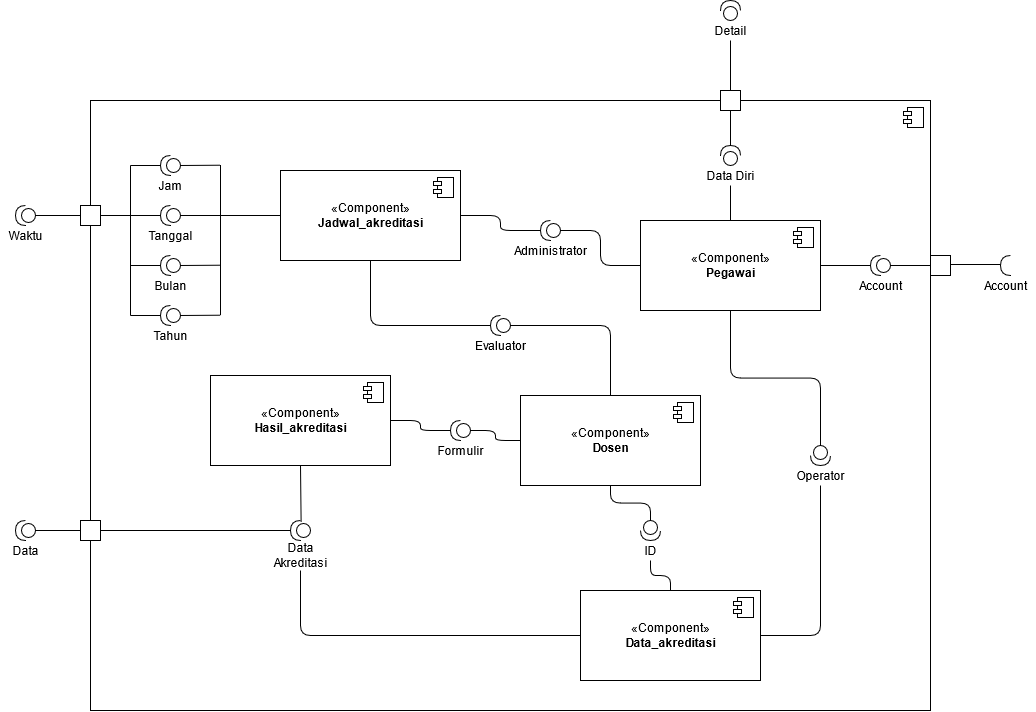
Earlier version of the draw.io export File/RPL-Kelompok 6-Component Diagram.png (dfitriana/RPL-group6). Source tidied: cells renumbered, new cells last; positions are measured from the earlier drawing's top-left corner, leaving out a move shared by most shapes. Its diagram source:
```xml
<mxGraphModel>
  <root>
    <mxCell id="0" />
    <mxCell id="1" parent="0" />
    <mxCell id="2" style="shape=providedRequiredInterface;html=1;verticalLabelPosition=bottom;rotation=180;" parent="1" vertex="1">
      <mxGeometry x="15" y="205" width="20" height="20" as="geometry" />
    </mxCell>
    <mxCell id="3" value="Waktu" style="text;html=1;align=center;verticalAlign=middle;" parent="1" vertex="1">
      <mxGeometry y="225" width="50" height="20" as="geometry" />
    </mxCell>
    <mxCell id="4" style="shape=requiredInterface;html=1;verticalLabelPosition=bottom;rotation=180;" parent="1" vertex="1">
      <mxGeometry x="1000" y="255" width="10" height="20" as="geometry" />
    </mxCell>
    <mxCell id="5" value="Account" style="text;html=1;align=center;verticalAlign=middle;" parent="1" vertex="1">
      <mxGeometry x="975" y="275" width="60" height="20" as="geometry" />
    </mxCell>
    <mxCell id="6" value="&lt;br&gt;" style="html=1;" parent="1" vertex="1">
      <mxGeometry x="90" y="100" width="840" height="610" as="geometry" />
    </mxCell>
    <mxCell id="7" style="shape=module;jettyWidth=8;jettyHeight=4;" parent="6" vertex="1">
      <mxGeometry x="1" width="20" height="20" relative="1" as="geometry">
        <mxPoint x="-27" y="7" as="offset" />
      </mxGeometry>
    </mxCell>
    <mxCell id="8" value="«Component»&lt;br&gt;&lt;b&gt;Dosen&lt;/b&gt;" style="html=1;" parent="1" vertex="1">
      <mxGeometry x="520" y="395" width="180" height="90" as="geometry" />
    </mxCell>
    <mxCell id="9" style="shape=module;jettyWidth=8;jettyHeight=4;" parent="8" vertex="1">
      <mxGeometry x="1" width="20" height="20" relative="1" as="geometry">
        <mxPoint x="-27" y="7" as="offset" />
      </mxGeometry>
    </mxCell>
    <mxCell id="10" value="«Component»&lt;br&gt;&lt;b&gt;Pegawai&lt;/b&gt;" style="html=1;" parent="1" vertex="1">
      <mxGeometry x="640" y="220" width="180" height="90" as="geometry" />
    </mxCell>
    <mxCell id="11" style="shape=module;jettyWidth=8;jettyHeight=4;" parent="10" vertex="1">
      <mxGeometry x="1" width="20" height="20" relative="1" as="geometry">
        <mxPoint x="-27" y="7" as="offset" />
      </mxGeometry>
    </mxCell>
    <mxCell id="12" value="«Component»&lt;br&gt;&lt;b&gt;Hasil_akreditasi&lt;/b&gt;" style="html=1;" parent="1" vertex="1">
      <mxGeometry x="210" y="375" width="180" height="90" as="geometry" />
    </mxCell>
    <mxCell id="13" style="shape=module;jettyWidth=8;jettyHeight=4;" parent="12" vertex="1">
      <mxGeometry x="1" width="20" height="20" relative="1" as="geometry">
        <mxPoint x="-27" y="7" as="offset" />
      </mxGeometry>
    </mxCell>
    <mxCell id="14" value="«Component»&lt;br&gt;&lt;b&gt;Jadwal_akreditasi&lt;br&gt;&lt;/b&gt;" style="html=1;" parent="1" vertex="1">
      <mxGeometry x="280" y="170" width="180" height="90" as="geometry" />
    </mxCell>
    <mxCell id="15" style="shape=module;jettyWidth=8;jettyHeight=4;" parent="14" vertex="1">
      <mxGeometry x="1" width="20" height="20" relative="1" as="geometry">
        <mxPoint x="-27" y="7" as="offset" />
      </mxGeometry>
    </mxCell>
    <mxCell id="16" style="shape=providedRequiredInterface;html=1;verticalLabelPosition=bottom;rotation=180;" parent="1" vertex="1">
      <mxGeometry x="160" y="205" width="20" height="20" as="geometry" />
    </mxCell>
    <mxCell id="17" value="Tanggal" style="text;html=1;align=center;verticalAlign=middle;" parent="1" vertex="1">
      <mxGeometry x="140" y="225" width="60" height="20" as="geometry" />
    </mxCell>
    <mxCell id="18" style="shape=providedRequiredInterface;html=1;verticalLabelPosition=bottom;rotation=180;" parent="1" vertex="1">
      <mxGeometry x="160" y="255" width="20" height="20" as="geometry" />
    </mxCell>
    <mxCell id="19" value="Bulan" style="text;html=1;align=center;verticalAlign=middle;" parent="1" vertex="1">
      <mxGeometry x="145" y="275" width="50" height="20" as="geometry" />
    </mxCell>
    <mxCell id="20" style="shape=providedRequiredInterface;html=1;verticalLabelPosition=bottom;rotation=180;" parent="1" vertex="1">
      <mxGeometry x="160" y="305" width="20" height="20" as="geometry" />
    </mxCell>
    <mxCell id="21" value="Tahun" style="text;html=1;align=center;verticalAlign=middle;" parent="1" vertex="1">
      <mxGeometry x="145" y="325" width="50" height="20" as="geometry" />
    </mxCell>
    <mxCell id="22" style="shape=providedRequiredInterface;html=1;verticalLabelPosition=bottom;rotation=180;" parent="1" vertex="1">
      <mxGeometry x="160" y="155" width="20" height="20" as="geometry" />
    </mxCell>
    <mxCell id="23" value="Jam" style="text;html=1;align=center;verticalAlign=middle;" parent="1" vertex="1">
      <mxGeometry x="150" y="175" width="40" height="20" as="geometry" />
    </mxCell>
    <mxCell id="24" style="rounded=0;whiteSpace=wrap;html=1;" parent="1" vertex="1">
      <mxGeometry x="80" y="205" width="20" height="20" as="geometry" />
    </mxCell>
    <mxCell id="25" style="rounded=0;whiteSpace=wrap;html=1;" parent="1" vertex="1">
      <mxGeometry x="930" y="255" width="20" height="20" as="geometry" />
    </mxCell>
    <mxCell id="26" style="endArrow=none;html=1;exitX=0;exitY=0.5;exitDx=0;exitDy=0;exitPerimeter=0;entryX=0;entryY=0.5;entryDx=0;entryDy=0;" parent="1" edge="1" source="2" target="24">
      <mxGeometry relative="1" as="geometry" />
    </mxCell>
    <mxCell id="27" style="endArrow=none;html=1;exitX=1;exitY=0.5;exitDx=0;exitDy=0;entryX=1;entryY=0.5;entryDx=0;entryDy=0;entryPerimeter=0;" parent="1" edge="1" source="24" target="16">
      <mxGeometry relative="1" as="geometry" />
    </mxCell>
    <mxCell id="28" style="endArrow=none;html=1;" parent="1" edge="1">
      <mxGeometry relative="1" as="geometry">
        <mxPoint x="130" y="315" as="sourcePoint" />
        <mxPoint x="130" y="165" as="targetPoint" />
      </mxGeometry>
    </mxCell>
    <mxCell id="29" style="endArrow=none;html=1;entryX=1;entryY=0.5;entryDx=0;entryDy=0;entryPerimeter=0;" parent="1" edge="1" target="22">
      <mxGeometry relative="1" as="geometry">
        <mxPoint x="130" y="165" as="sourcePoint" />
      </mxGeometry>
    </mxCell>
    <mxCell id="30" style="endArrow=none;html=1;entryX=1;entryY=0.5;entryDx=0;entryDy=0;entryPerimeter=0;" parent="1" edge="1" target="18">
      <mxGeometry relative="1" as="geometry">
        <mxPoint x="130" y="265" as="sourcePoint" />
      </mxGeometry>
    </mxCell>
    <mxCell id="31" style="endArrow=none;html=1;entryX=1;entryY=0.5;entryDx=0;entryDy=0;entryPerimeter=0;" parent="1" edge="1" target="20">
      <mxGeometry relative="1" as="geometry">
        <mxPoint x="130" y="315" as="sourcePoint" />
      </mxGeometry>
    </mxCell>
    <mxCell id="32" style="endArrow=none;html=1;exitX=0;exitY=0.5;exitDx=0;exitDy=0;exitPerimeter=0;entryX=0;entryY=0.5;entryDx=0;entryDy=0;" parent="1" edge="1" source="16" target="14">
      <mxGeometry relative="1" as="geometry" />
    </mxCell>
    <mxCell id="33" style="endArrow=none;html=1;" parent="1" edge="1">
      <mxGeometry relative="1" as="geometry">
        <mxPoint x="220" y="314.5" as="sourcePoint" />
        <mxPoint x="220" y="164.5" as="targetPoint" />
      </mxGeometry>
    </mxCell>
    <mxCell id="34" style="endArrow=none;html=1;entryX=1;entryY=0.5;entryDx=0;entryDy=0;entryPerimeter=0;" parent="1" edge="1">
      <mxGeometry relative="1" as="geometry">
        <mxPoint x="180" y="165" as="sourcePoint" />
        <mxPoint x="220" y="164.7" as="targetPoint" />
      </mxGeometry>
    </mxCell>
    <mxCell id="35" style="endArrow=none;html=1;entryX=1;entryY=0.5;entryDx=0;entryDy=0;entryPerimeter=0;exitX=0;exitY=0.5;exitDx=0;exitDy=0;exitPerimeter=0;" parent="1" edge="1" source="18">
      <mxGeometry relative="1" as="geometry">
        <mxPoint x="220" y="264.7" as="targetPoint" />
      </mxGeometry>
    </mxCell>
    <mxCell id="36" style="endArrow=none;html=1;entryX=1;entryY=0.5;entryDx=0;entryDy=0;entryPerimeter=0;exitX=0;exitY=0.5;exitDx=0;exitDy=0;exitPerimeter=0;" parent="1" edge="1" source="20">
      <mxGeometry relative="1" as="geometry">
        <mxPoint x="220" y="314.7" as="targetPoint" />
      </mxGeometry>
    </mxCell>
    <mxCell id="37" style="shape=providedRequiredInterface;html=1;verticalLabelPosition=bottom;rotation=180;" parent="1" vertex="1">
      <mxGeometry x="15" y="520" width="20" height="20" as="geometry" />
    </mxCell>
    <mxCell id="38" value="Data" style="text;html=1;align=center;verticalAlign=middle;" parent="1" vertex="1">
      <mxGeometry x="5" y="540" width="40" height="20" as="geometry" />
    </mxCell>
    <mxCell id="39" style="rounded=0;whiteSpace=wrap;html=1;" parent="1" vertex="1">
      <mxGeometry x="80" y="520" width="20" height="20" as="geometry" />
    </mxCell>
    <mxCell id="40" style="endArrow=none;html=1;exitX=0;exitY=0.5;exitDx=0;exitDy=0;exitPerimeter=0;entryX=0;entryY=0.5;entryDx=0;entryDy=0;" parent="1" edge="1" source="37" target="39">
      <mxGeometry relative="1" as="geometry" />
    </mxCell>
    <mxCell id="41" style="endArrow=none;html=1;entryX=1;entryY=0.55;entryDx=0;entryDy=0;entryPerimeter=0;" parent="1" edge="1" target="4">
      <mxGeometry relative="1" as="geometry">
        <mxPoint x="950" y="264" as="sourcePoint" />
      </mxGeometry>
    </mxCell>
    <mxCell id="42" style="shape=providedRequiredInterface;html=1;verticalLabelPosition=bottom;rotation=180;" parent="1" vertex="1">
      <mxGeometry x="290" y="520" width="20" height="20" as="geometry" />
    </mxCell>
    <mxCell id="43" style="endArrow=none;html=1;entryX=0;entryY=0.5;entryDx=0;entryDy=0;edgeStyle=orthogonalEdgeStyle;" parent="1" edge="1" source="45" target="59">
      <mxGeometry relative="1" as="geometry">
        <Array as="points">
          <mxPoint x="300" y="635" />
        </Array>
      </mxGeometry>
    </mxCell>
    <mxCell id="44" style="endArrow=none;html=1;exitX=1;exitY=0.5;exitDx=0;exitDy=0;entryX=1;entryY=0.5;entryDx=0;entryDy=0;entryPerimeter=0;" parent="1" edge="1" source="39" target="42">
      <mxGeometry relative="1" as="geometry" />
    </mxCell>
    <mxCell id="45" value="&lt;div&gt;Data &lt;br&gt;&lt;/div&gt;&lt;div&gt;Akreditasi&lt;br&gt;&lt;/div&gt;" style="text;html=1;align=center;verticalAlign=middle;points=[];" parent="1" vertex="1">
      <mxGeometry x="265" y="540" width="70" height="30" as="geometry" />
    </mxCell>
    <mxCell id="46" style="endArrow=none;html=1;entryX=0.469;entryY=0.911;entryDx=0;entryDy=0;entryPerimeter=0;exitX=0.5;exitY=1;exitDx=0;exitDy=0;" parent="1" edge="1" source="12" target="42">
      <mxGeometry relative="1" as="geometry" />
    </mxCell>
    <mxCell id="47" style="shape=providedRequiredInterface;html=1;verticalLabelPosition=bottom;rotation=180;" parent="1" vertex="1">
      <mxGeometry x="490" y="315" width="20" height="20" as="geometry" />
    </mxCell>
    <mxCell id="48" style="shape=providedRequiredInterface;html=1;verticalLabelPosition=bottom;rotation=180;" parent="1" vertex="1">
      <mxGeometry x="870" y="255" width="20" height="20" as="geometry" />
    </mxCell>
    <mxCell id="49" value="Account" style="text;html=1;align=center;verticalAlign=middle;" parent="1" vertex="1">
      <mxGeometry x="850" y="275" width="60" height="20" as="geometry" />
    </mxCell>
    <mxCell id="50" style="endArrow=none;html=1;exitX=0;exitY=0.5;exitDx=0;exitDy=0;exitPerimeter=0;entryX=0;entryY=0.5;entryDx=0;entryDy=0;" parent="1" edge="1" source="48" target="25">
      <mxGeometry relative="1" as="geometry" />
    </mxCell>
    <mxCell id="51" style="endArrow=none;html=1;exitX=1;exitY=0.5;exitDx=0;exitDy=0;entryX=1;entryY=0.5;entryDx=0;entryDy=0;entryPerimeter=0;" parent="1" edge="1" source="10" target="48">
      <mxGeometry relative="1" as="geometry" />
    </mxCell>
    <mxCell id="52" style="shape=providedRequiredInterface;html=1;verticalLabelPosition=bottom;rotation=180;" parent="1" vertex="1">
      <mxGeometry x="540" y="220" width="20" height="20" as="geometry" />
    </mxCell>
    <mxCell id="53" value="Administrator" style="text;html=1;align=center;verticalAlign=middle;" parent="1" vertex="1">
      <mxGeometry x="510" y="240" width="80" height="20" as="geometry" />
    </mxCell>
    <mxCell id="54" style="endArrow=none;html=1;exitX=0;exitY=0.5;exitDx=0;exitDy=0;entryX=0;entryY=0.5;entryDx=0;entryDy=0;entryPerimeter=0;edgeStyle=orthogonalEdgeStyle;" parent="1" edge="1" source="10" target="52">
      <mxGeometry relative="1" as="geometry" />
    </mxCell>
    <mxCell id="55" style="endArrow=none;html=1;exitX=1;exitY=0.5;exitDx=0;exitDy=0;entryX=1;entryY=0.5;entryDx=0;entryDy=0;entryPerimeter=0;edgeStyle=orthogonalEdgeStyle;" parent="1" edge="1" source="14" target="52">
      <mxGeometry relative="1" as="geometry" />
    </mxCell>
    <mxCell id="56" style="endArrow=none;html=1;exitX=0.5;exitY=1;exitDx=0;exitDy=0;entryX=1;entryY=0.5;entryDx=0;entryDy=0;entryPerimeter=0;edgeStyle=orthogonalEdgeStyle;" parent="1" edge="1" source="14" target="47">
      <mxGeometry relative="1" as="geometry" />
    </mxCell>
    <mxCell id="57" style="endArrow=none;html=1;exitX=0;exitY=0.5;exitDx=0;exitDy=0;entryX=0.5;entryY=0;entryDx=0;entryDy=0;edgeStyle=orthogonalEdgeStyle;exitPerimeter=0;" parent="1" edge="1" source="47" target="8">
      <mxGeometry relative="1" as="geometry" />
    </mxCell>
    <mxCell id="58" value="Evaluator" style="text;html=1;align=center;verticalAlign=middle;" parent="1" vertex="1">
      <mxGeometry x="470" y="335" width="60" height="20" as="geometry" />
    </mxCell>
    <mxCell id="59" value="«Component»&lt;br&gt;&lt;b&gt;Data_akreditasi&lt;/b&gt;" style="html=1;" parent="1" vertex="1">
      <mxGeometry x="580" y="590" width="180" height="90" as="geometry" />
    </mxCell>
    <mxCell id="60" style="shape=module;jettyWidth=8;jettyHeight=4;" parent="59" vertex="1">
      <mxGeometry x="1" width="20" height="20" relative="1" as="geometry">
        <mxPoint x="-27" y="7" as="offset" />
      </mxGeometry>
    </mxCell>
    <mxCell id="61" style="shape=providedRequiredInterface;html=1;verticalLabelPosition=bottom;rotation=90;" parent="1" vertex="1">
      <mxGeometry x="810" y="445" width="20" height="20" as="geometry" />
    </mxCell>
    <mxCell id="62" value="Operator" style="text;html=1;align=center;verticalAlign=middle;points=[];" parent="1" vertex="1">
      <mxGeometry x="790" y="465" width="60" height="20" as="geometry" />
    </mxCell>
    <mxCell id="63" style="endArrow=none;html=1;entryX=1;entryY=0.5;entryDx=0;entryDy=0;edgeStyle=orthogonalEdgeStyle;" parent="1" edge="1" source="62" target="59">
      <mxGeometry relative="1" as="geometry">
        <Array as="points">
          <mxPoint x="820" y="635" />
        </Array>
      </mxGeometry>
    </mxCell>
    <mxCell id="64" style="shape=providedRequiredInterface;html=1;verticalLabelPosition=bottom;rotation=180;" parent="1" vertex="1">
      <mxGeometry x="450" y="420" width="20" height="20" as="geometry" />
    </mxCell>
    <mxCell id="65" value="Formulir" style="text;html=1;align=center;verticalAlign=middle;" parent="1" vertex="1">
      <mxGeometry x="430" y="440" width="60" height="20" as="geometry" />
    </mxCell>
    <mxCell id="66" style="endArrow=none;html=1;exitX=0;exitY=0.5;exitDx=0;exitDy=0;exitPerimeter=0;entryX=0;entryY=0.5;entryDx=0;entryDy=0;edgeStyle=orthogonalEdgeStyle;" parent="1" edge="1" source="64" target="8">
      <mxGeometry relative="1" as="geometry" />
    </mxCell>
    <mxCell id="67" style="endArrow=none;html=1;exitX=1;exitY=0.5;exitDx=0;exitDy=0;entryX=1;entryY=0.5;entryDx=0;entryDy=0;entryPerimeter=0;edgeStyle=orthogonalEdgeStyle;" parent="1" edge="1" source="12" target="64">
      <mxGeometry relative="1" as="geometry" />
    </mxCell>
    <mxCell id="68" style="shape=providedRequiredInterface;html=1;verticalLabelPosition=bottom;rotation=270;" parent="1" vertex="1">
      <mxGeometry x="720" width="20" height="20" as="geometry" />
    </mxCell>
    <mxCell id="69" value="Detail" style="text;html=1;align=center;verticalAlign=middle;points=[];" parent="1" vertex="1">
      <mxGeometry x="705" y="20" width="50" height="20" as="geometry" />
    </mxCell>
    <mxCell id="70" style="rounded=0;whiteSpace=wrap;html=1;" parent="1" vertex="1">
      <mxGeometry x="720" y="90" width="20" height="20" as="geometry" />
    </mxCell>
    <mxCell id="71" style="endArrow=none;html=1;entryX=0.5;entryY=0;entryDx=0;entryDy=0;" parent="1" edge="1" source="69" target="70">
      <mxGeometry relative="1" as="geometry" />
    </mxCell>
    <mxCell id="72" style="shape=providedRequiredInterface;html=1;verticalLabelPosition=bottom;rotation=270;" parent="1" vertex="1">
      <mxGeometry x="720" y="145" width="20" height="20" as="geometry" />
    </mxCell>
    <mxCell id="73" value="Data Diri" style="text;html=1;align=center;verticalAlign=middle;points=[];" parent="1" vertex="1">
      <mxGeometry x="700" y="165" width="60" height="20" as="geometry" />
    </mxCell>
    <mxCell id="74" style="endArrow=none;html=1;exitX=0.5;exitY=0;exitDx=0;exitDy=0;" parent="1" edge="1" source="10" target="73">
      <mxGeometry relative="1" as="geometry" />
    </mxCell>
    <mxCell id="75" style="endArrow=none;html=1;exitX=1;exitY=0.5;exitDx=0;exitDy=0;entryX=0.5;entryY=1;entryDx=0;entryDy=0;exitPerimeter=0;" parent="1" edge="1" source="72" target="70">
      <mxGeometry relative="1" as="geometry" />
    </mxCell>
    <mxCell id="76" style="endArrow=none;html=1;entryX=0.5;entryY=1;entryDx=0;entryDy=0;exitX=0;exitY=0.5;exitDx=0;exitDy=0;exitPerimeter=0;edgeStyle=orthogonalEdgeStyle;" parent="1" edge="1" source="61" target="10">
      <mxGeometry relative="1" as="geometry" />
    </mxCell>
    <mxCell id="77" style="shape=providedRequiredInterface;html=1;verticalLabelPosition=bottom;rotation=90;" parent="1" vertex="1">
      <mxGeometry x="640" y="520" width="20" height="20" as="geometry" />
    </mxCell>
    <mxCell id="78" value="ID" style="text;html=1;align=center;verticalAlign=middle;points=[];" parent="1" vertex="1">
      <mxGeometry x="635" y="540" width="30" height="20" as="geometry" />
    </mxCell>
    <mxCell id="79" style="endArrow=none;html=1;exitX=0;exitY=0.5;exitDx=0;exitDy=0;exitPerimeter=0;entryX=0.5;entryY=1;entryDx=0;entryDy=0;edgeStyle=orthogonalEdgeStyle;" parent="1" edge="1" source="77" target="8">
      <mxGeometry relative="1" as="geometry" />
    </mxCell>
    <mxCell id="80" style="endArrow=none;html=1;exitX=0.5;exitY=0;exitDx=0;exitDy=0;edgeStyle=orthogonalEdgeStyle;" parent="1" edge="1" source="59" target="78">
      <mxGeometry relative="1" as="geometry" />
    </mxCell>
  </root>
</mxGraphModel>
```
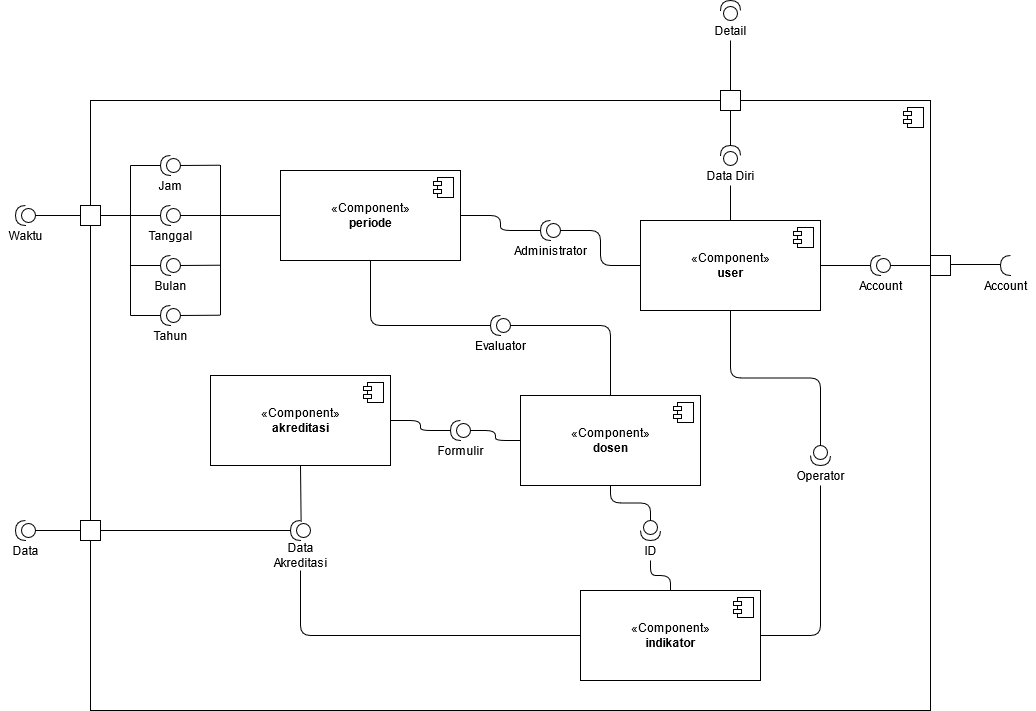
Later version of the same file.

Commit message:
File pendukung erd dan uml

Diff of the diagram source:
```diff
@@ -22,7 +22,7 @@
         <mxPoint x="-27" y="7" as="offset" />
       </mxGeometry>
     </mxCell>
-    <mxCell id="8" value="«Component»&lt;br&gt;&lt;b&gt;Dosen&lt;/b&gt;" style="html=1;" parent="1" vertex="1">
+    <mxCell id="8" value="«Component»&lt;br&gt;&lt;b&gt;dosen&lt;/b&gt;" style="html=1;" parent="1" vertex="1">
       <mxGeometry x="520" y="395" width="180" height="90" as="geometry" />
     </mxCell>
     <mxCell id="9" style="shape=module;jettyWidth=8;jettyHeight=4;" parent="8" vertex="1">
@@ -30,7 +30,7 @@
         <mxPoint x="-27" y="7" as="offset" />
       </mxGeometry>
     </mxCell>
-    <mxCell id="10" value="«Component»&lt;br&gt;&lt;b&gt;Pegawai&lt;/b&gt;" style="html=1;" parent="1" vertex="1">
+    <mxCell id="10" value="«Component»&lt;br&gt;&lt;b&gt;user&lt;/b&gt;" style="html=1;" parent="1" vertex="1">
       <mxGeometry x="640" y="220" width="180" height="90" as="geometry" />
     </mxCell>
     <mxCell id="11" style="shape=module;jettyWidth=8;jettyHeight=4;" parent="10" vertex="1">
@@ -38,7 +38,7 @@
         <mxPoint x="-27" y="7" as="offset" />
       </mxGeometry>
     </mxCell>
-    <mxCell id="12" value="«Component»&lt;br&gt;&lt;b&gt;Hasil_akreditasi&lt;/b&gt;" style="html=1;" parent="1" vertex="1">
+    <mxCell id="12" value="«Component»&lt;br&gt;&lt;b&gt;akreditasi&lt;/b&gt;" style="html=1;" parent="1" vertex="1">
       <mxGeometry x="210" y="375" width="180" height="90" as="geometry" />
     </mxCell>
     <mxCell id="13" style="shape=module;jettyWidth=8;jettyHeight=4;" parent="12" vertex="1">
@@ -46,7 +46,7 @@
         <mxPoint x="-27" y="7" as="offset" />
       </mxGeometry>
     </mxCell>
-    <mxCell id="14" value="«Component»&lt;br&gt;&lt;b&gt;Jadwal_akreditasi&lt;br&gt;&lt;/b&gt;" style="html=1;" parent="1" vertex="1">
+    <mxCell id="14" value="«Component»&lt;br&gt;&lt;b&gt;periode&lt;br&gt;&lt;/b&gt;" style="html=1;" parent="1" vertex="1">
       <mxGeometry x="280" y="170" width="180" height="90" as="geometry" />
     </mxCell>
     <mxCell id="15" style="shape=module;jettyWidth=8;jettyHeight=4;" parent="14" vertex="1">
@@ -208,7 +208,7 @@
     <mxCell id="58" value="Evaluator" style="text;html=1;align=center;verticalAlign=middle;" parent="1" vertex="1">
       <mxGeometry x="470" y="335" width="60" height="20" as="geometry" />
     </mxCell>
-    <mxCell id="59" value="«Component»&lt;br&gt;&lt;b&gt;Data_akreditasi&lt;/b&gt;" style="html=1;" parent="1" vertex="1">
+    <mxCell id="59" value="«Component»&lt;br&gt;&lt;b&gt;indikator&lt;/b&gt;" style="html=1;" parent="1" vertex="1">
       <mxGeometry x="580" y="590" width="180" height="90" as="geometry" />
     </mxCell>
     <mxCell id="60" style="shape=module;jettyWidth=8;jettyHeight=4;" parent="59" vertex="1">
```
